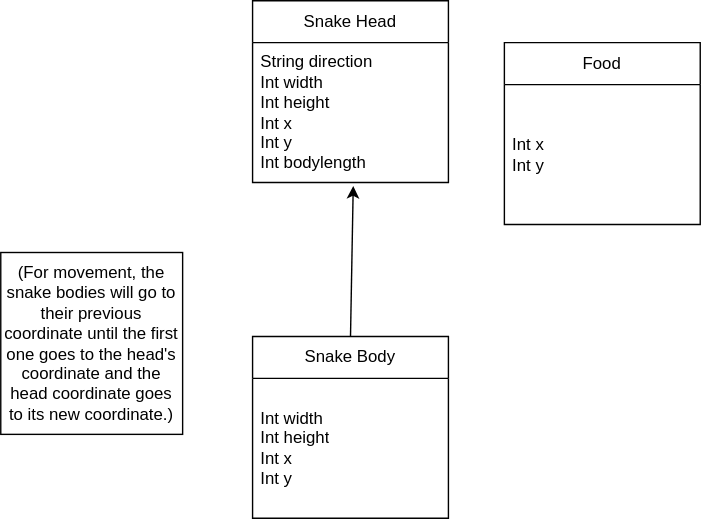
The draw.io diagram snake/snakeclassdiagram.drawio.svg in banananabusiness/project, before a commit. Source tidied: cells renumbered, new cells last; positions are measured from the earlier drawing's top-left corner, leaving out a move shared by most shapes.
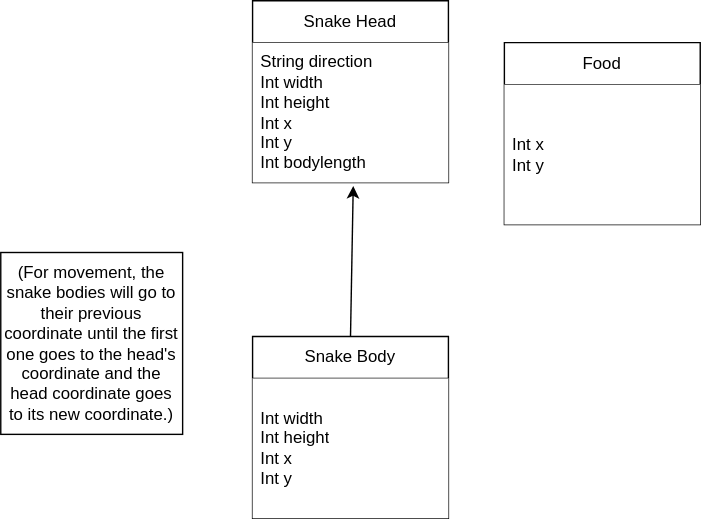
The same file after the commit.

Change to the diagram source:
```diff
@@ -5,16 +5,16 @@
     <mxCell id="2" value="Snake Head" style="swimlane;fontStyle=0;horizontal=1;startSize=30;whiteSpace=wrap;html=1;" parent="1" vertex="1">
       <mxGeometry x="180" width="140" height="130" as="geometry" />
     </mxCell>
-    <mxCell id="3" value="String direction&lt;br&gt;Int width&lt;br&gt;Int height&lt;br&gt;Int x&lt;br&gt;Int y&lt;br&gt;Int bodylength" style="text;strokeColor=none;fillColor=none;align=left;verticalAlign=middle;spacingLeft=4;spacingRight=4;overflow=hidden;points=[[0,0.5],[1,0.5]];portConstraint=eastwest;whiteSpace=wrap;html=1;" parent="2" vertex="1">
+    <mxCell id="3" value="String direction&lt;br&gt;Int width&lt;br&gt;Int height&lt;br&gt;Int x&lt;br&gt;Int y&lt;br&gt;Int bodylength" style="text;align=left;verticalAlign=middle;spacingLeft=4;spacingRight=4;overflow=hidden;points=[[0,0.5],[1,0.5]];portConstraint=eastwest;whiteSpace=wrap;html=1;fillColor=default;" parent="2" vertex="1">
       <mxGeometry y="30" width="140" height="100" as="geometry" />
     </mxCell>
     <mxCell id="4" value="Snake Body" style="swimlane;fontStyle=0;horizontal=1;startSize=30;whiteSpace=wrap;html=1;" parent="1" vertex="1">
       <mxGeometry x="180" y="240" width="140" height="130" as="geometry" />
     </mxCell>
-    <mxCell id="5" value="Int width&lt;br&gt;Int height&lt;br&gt;Int x&lt;br&gt;Int y" style="text;strokeColor=none;fillColor=none;align=left;verticalAlign=middle;spacingLeft=4;spacingRight=4;overflow=hidden;whiteSpace=wrap;html=1;" parent="4" vertex="1">
+    <mxCell id="5" value="Int width&lt;br&gt;Int height&lt;br&gt;Int x&lt;br&gt;Int y" style="text;strokeColor=none;fillColor=default;align=left;verticalAlign=middle;spacingLeft=4;spacingRight=4;overflow=hidden;whiteSpace=wrap;html=1;" parent="4" vertex="1">
       <mxGeometry y="30" width="140" height="100" as="geometry" />
     </mxCell>
-    <mxCell id="6" value="(For movement, the snake bodies will go to their previous coordinate until the first one goes to the head's coordinate and the head coordinate goes to its new coordinate.)" style="whiteSpace=wrap;html=1;" parent="1" vertex="1">
+    <mxCell id="6" value="(For movement, the snake bodies will go to their previous coordinate until the first one goes to the head's coordinate and the head coordinate goes to its new coordinate.)" style="whiteSpace=wrap;html=1;fillColor=default;" parent="1" vertex="1">
       <mxGeometry y="180" width="130" height="130" as="geometry" />
     </mxCell>
     <mxCell id="7" style="endArrow=classic;html=1;rounded=0;exitX=0.5;exitY=0;exitDx=0;exitDy=0;entryX=0.514;entryY=1.025;entryDx=0;entryDy=0;entryPerimeter=0;" parent="1" edge="1" source="4" target="3">
@@ -23,7 +23,7 @@
     <mxCell id="8" value="Food" style="swimlane;fontStyle=0;horizontal=1;startSize=30;whiteSpace=wrap;html=1;" parent="1" vertex="1">
       <mxGeometry x="360" y="30" width="140" height="130" as="geometry" />
     </mxCell>
-    <mxCell id="9" value="Int x&lt;br&gt;Int y" style="text;strokeColor=none;fillColor=none;align=left;verticalAlign=middle;spacingLeft=4;spacingRight=4;overflow=hidden;whiteSpace=wrap;html=1;" parent="8" vertex="1">
+    <mxCell id="9" value="Int x&lt;br&gt;Int y" style="text;strokeColor=none;fillColor=default;align=left;verticalAlign=middle;spacingLeft=4;spacingRight=4;overflow=hidden;whiteSpace=wrap;html=1;" parent="8" vertex="1">
       <mxGeometry y="30" width="140" height="100" as="geometry" />
     </mxCell>
   </root>
```
